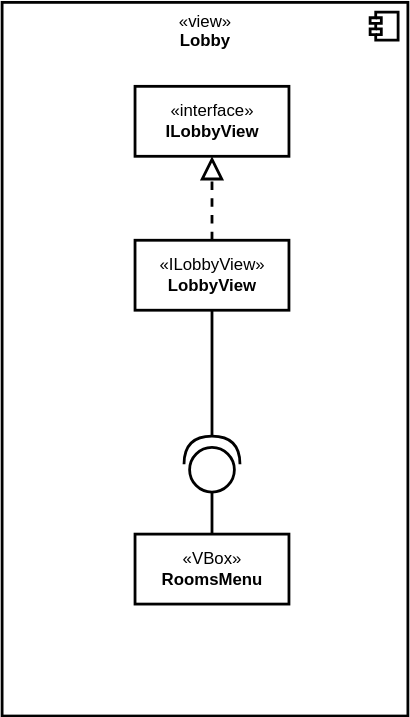
HaniAlshikh/tron keeps this draw.io diagram as docs/application/diagrams/LobbyViewClassDiagram.drawio.svg. Above is the earlier version. Source tidied: cells renumbered, new cells last; positions are measured from the earlier drawing's top-left corner, leaving out a move shared by most shapes.
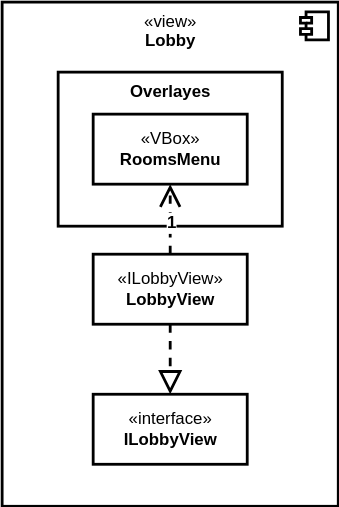
Later version of the same file.

What changed in the source:
```diff
@@ -3,39 +3,35 @@
     <mxCell id="0" />
     <mxCell id="1" parent="0" />
     <mxCell id="2" value="«view»&lt;b&gt;&lt;br&gt;Lobby&lt;/b&gt;" style="html=1;strokeWidth=2;align=center;verticalAlign=top;" parent="1" vertex="1">
-      <mxGeometry width="290" height="510" as="geometry" />
+      <mxGeometry x="30" y="190" width="240" height="360" as="geometry" />
     </mxCell>
     <mxCell id="3" style="shape=module;jettyWidth=8;jettyHeight=4;strokeWidth=2;align=center;verticalAlign=middle;" parent="2" vertex="1">
       <mxGeometry x="1" width="20" height="20" relative="1" as="geometry">
         <mxPoint x="-27" y="7" as="offset" />
       </mxGeometry>
     </mxCell>
+    <mxCell id="11" value="&lt;b&gt;Overlayes&lt;/b&gt;" style="html=1;strokeWidth=2;align=center;verticalAlign=top;" parent="1" vertex="1">
+      <mxGeometry x="70" y="240" width="160" height="110" as="geometry" />
+    </mxCell>
     <mxCell id="4" value="«interface»&lt;br&gt;&lt;b&gt;ILobbyView&lt;/b&gt;" style="html=1;strokeWidth=2;" parent="1" vertex="1">
-      <mxGeometry x="95" y="60" width="110" height="50" as="geometry" />
+      <mxGeometry x="95" y="470" width="110" height="50" as="geometry" />
     </mxCell>
     <mxCell id="5" value="«ILobbyView»&lt;br&gt;&lt;b&gt;LobbyView&lt;/b&gt;" style="html=1;strokeWidth=2;" parent="1" vertex="1">
-      <mxGeometry x="95" y="170" width="110" height="50" as="geometry" />
+      <mxGeometry x="95" y="370" width="110" height="50" as="geometry" />
     </mxCell>
     <mxCell id="6" style="endArrow=block;dashed=1;endFill=0;endSize=12;html=1;fontSize=12;strokeWidth=2;" parent="1" edge="1" source="5" target="4">
       <mxGeometry relative="1" as="geometry" />
     </mxCell>
     <mxCell id="7" value="«VBox»&lt;br&gt;&lt;b&gt;RoomsMenu&lt;/b&gt;" style="html=1;strokeWidth=2;" parent="1" vertex="1">
-      <mxGeometry x="95" y="380" width="110" height="50" as="geometry" />
+      <mxGeometry x="95" y="270" width="110" height="50" as="geometry" />
     </mxCell>
-    <mxCell id="8" style="edgeStyle=orthogonalEdgeStyle;shape=connector;rounded=0;html=1;labelBackgroundColor=default;fontFamily=Helvetica;fontSize=11;fontColor=default;endArrow=none;endFill=0;strokeColor=default;strokeWidth=2;" parent="1" edge="1" source="10">
-      <mxGeometry relative="1" as="geometry">
-        <mxPoint x="150" y="220" as="targetPoint" />
-        <Array as="points">
-          <mxPoint x="150" y="290" />
-          <mxPoint x="150" y="290" />
-        </Array>
-      </mxGeometry>
-    </mxCell>
-    <mxCell id="9" style="edgeStyle=orthogonalEdgeStyle;shape=connector;rounded=0;html=1;labelBackgroundColor=default;fontFamily=Helvetica;fontSize=11;fontColor=default;endArrow=none;endFill=0;strokeColor=default;strokeWidth=2;" parent="1" edge="1" source="10" target="7">
-      <mxGeometry relative="1" as="geometry" />
-    </mxCell>
-    <mxCell id="10" style="shape=providedRequiredInterface;html=1;verticalLabelPosition=bottom;strokeWidth=2;direction=south;flipV=1;" parent="1" vertex="1">
-      <mxGeometry x="130" y="310" width="40" height="40" as="geometry" />
-    </mxCell>
+    <mxCell id="12" style="endArrow=open;endSize=12;dashed=1;html=1;strokeWidth=2;" parent="1" edge="1" source="5" target="7">
+      <mxGeometry relative="1" as="geometry" />
+    </mxCell>
+    <mxCell id="13" value="1" style="edgeLabel;html=1;align=center;verticalAlign=middle;fontStyle=1;fontSize=12;" parent="12" vertex="1">
+      <mxGeometry x="-0.09" relative="1" as="geometry">
+        <mxPoint x="1" as="offset" />
+      </mxGeometry>
+    </mxCell>
   </root>
 </mxGraphModel>
```
